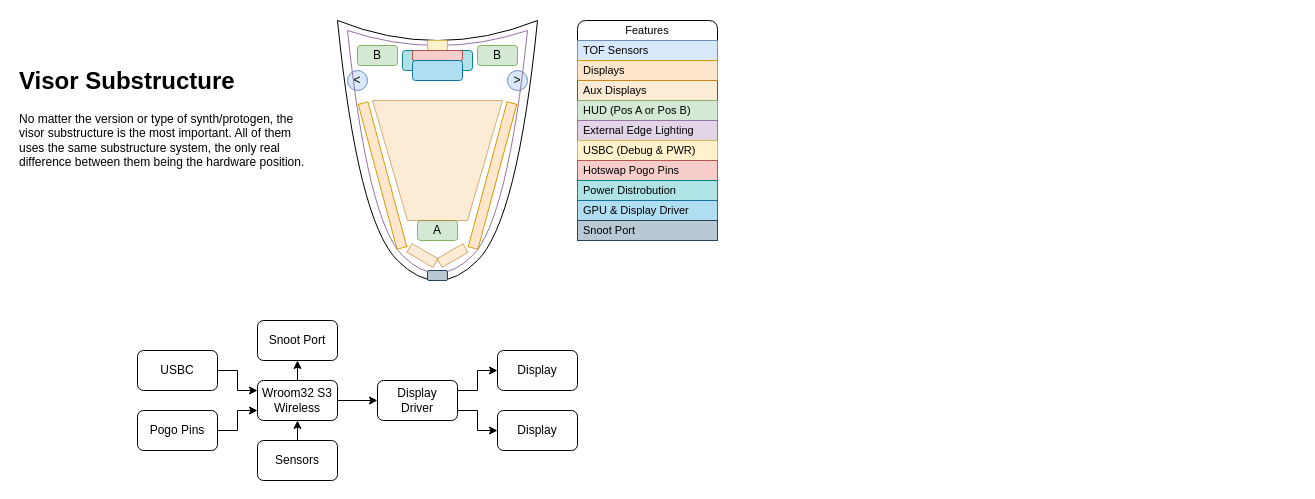
Cyberspecies/Synth-Head keeps this draw.io diagram as page "Brainstorm" (2 of 2) of Documents/Condensed.drawio. Above is the earlier version. Source tidied: cells renumbered, new cells numbered last; positions are measured from the earlier drawing's top-left corner, leaving out a move shared by most shapes. Both pictures are drawn from the tidied source at 100%, with x=0, y=0 at pixel (17, 20).
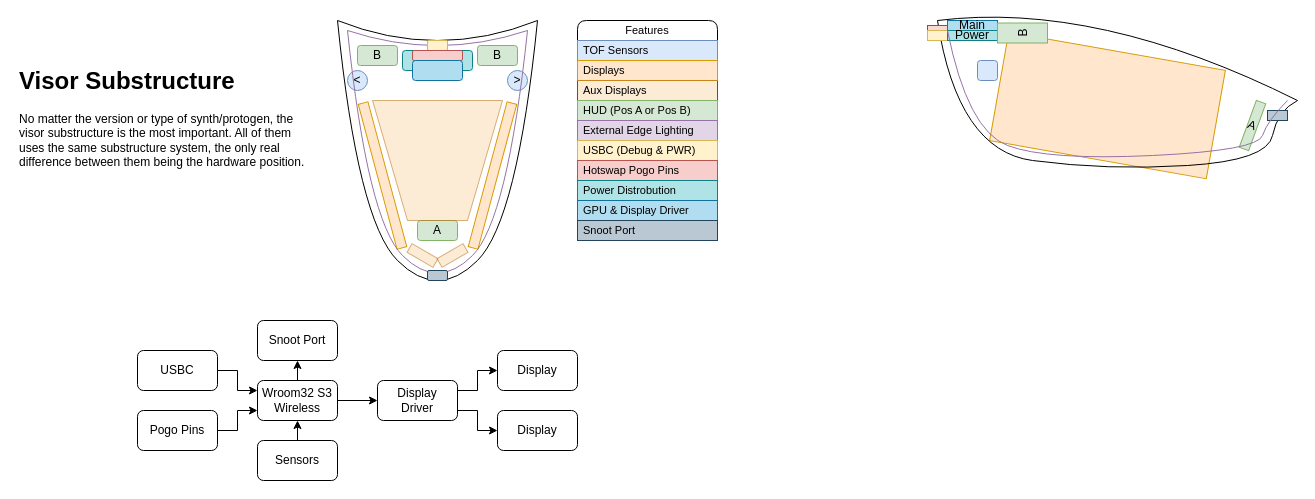
Above is the later version.

Commit message (it also covers changes not shown here):
Added side view of substructure

What changed in the source:
```diff
@@
+    <mxCell id="48" style="rounded=0;whiteSpace=wrap;html=1;rotation=10;fillColor=#ffe6cc;strokeColor=#d79b00;" parent="1" vertex="1">
+      <mxGeometry x="980" y="30" width="220" height="110" as="geometry" />
+    </mxCell>
@@
+    <mxCell id="49" style="endArrow=none;html=1;rounded=0;curved=1;" parent="1" edge="1">
+      <mxGeometry relative="1" as="geometry">
+        <mxPoint x="920" as="sourcePoint" />
+        <mxPoint x="1280" y="80" as="targetPoint" />
+        <Array as="points">
+          <mxPoint x="940" y="130" />
+          <mxPoint x="1090" y="150" />
+          <mxPoint x="1250" y="140" />
+          <mxPoint x="1260" y="90" />
+        </Array>
+      </mxGeometry>
+    </mxCell>
+    <mxCell id="50" style="endArrow=none;html=1;rounded=0;curved=1;" parent="1" edge="1">
+      <mxGeometry relative="1" as="geometry">
+        <mxPoint x="920" as="sourcePoint" />
+        <mxPoint x="1280" y="80" as="targetPoint" />
+        <Array as="points">
+          <mxPoint x="1080" y="-20" />
+        </Array>
+      </mxGeometry>
+    </mxCell>
+    <mxCell id="51" value="Main" style="rounded=0;whiteSpace=wrap;html=1;fillColor=#b1ddf0;strokeColor=#10739e;" parent="1" vertex="1">
+      <mxGeometry x="930" width="50" height="10" as="geometry" />
+    </mxCell>
+    <mxCell id="52" style="rounded=0;whiteSpace=wrap;html=1;fillColor=#fad9d5;strokeColor=#ae4132;" parent="1" vertex="1">
+      <mxGeometry x="910" y="5" width="20" height="5" as="geometry" />
+    </mxCell>
+    <mxCell id="53" style="rounded=0;whiteSpace=wrap;html=1;fillColor=#fff2cc;strokeColor=#d6b656;" parent="1" vertex="1">
+      <mxGeometry x="910" y="10" width="20" height="10" as="geometry" />
+    </mxCell>
+    <mxCell id="54" style="rounded=0;whiteSpace=wrap;html=1;fillColor=#bac8d3;strokeColor=#23445d;" parent="1" vertex="1">
+      <mxGeometry x="1250" y="90" width="20" height="10" as="geometry" />
+    </mxCell>
+    <mxCell id="55" style="rounded=1;whiteSpace=wrap;html=1;fillColor=#dae8fc;strokeColor=#6c8ebf;" parent="1" vertex="1">
+      <mxGeometry x="960" y="40" width="20" height="20" as="geometry" />
+    </mxCell>
+    <mxCell id="56" value="Power" style="rounded=0;whiteSpace=wrap;html=1;fillColor=#b0e3e6;strokeColor=#0e8088;" parent="1" vertex="1">
+      <mxGeometry x="930" y="10" width="50" height="10" as="geometry" />
+    </mxCell>
+    <mxCell id="57" value="A" style="rounded=0;whiteSpace=wrap;html=1;rotation=20;fillColor=#d5e8d4;strokeColor=#82b366;" parent="1" vertex="1">
+      <mxGeometry x="1230" y="80" width="10" height="50" as="geometry" />
+    </mxCell>
+    <mxCell id="58" value="B" style="rounded=0;whiteSpace=wrap;html=1;rotation=-90;fillColor=#d5e8d4;strokeColor=#82b366;" parent="1" vertex="1">
+      <mxGeometry x="995" y="-12.5" width="20" height="50" as="geometry" />
+    </mxCell>
+    <mxCell id="59" style="endArrow=none;html=1;rounded=0;curved=1;fillColor=#e1d5e7;strokeColor=#9673a6;" parent="1" edge="1">
+      <mxGeometry relative="1" as="geometry">
+        <mxPoint x="930" y="10" as="sourcePoint" />
+        <mxPoint x="1270" y="80" as="targetPoint" />
+        <Array as="points">
+          <mxPoint x="950" y="110" />
+          <mxPoint x="1030" y="140" />
+          <mxPoint x="1240" y="130" />
+          <mxPoint x="1250" y="100" />
+        </Array>
+      </mxGeometry>
+    </mxCell>
```
